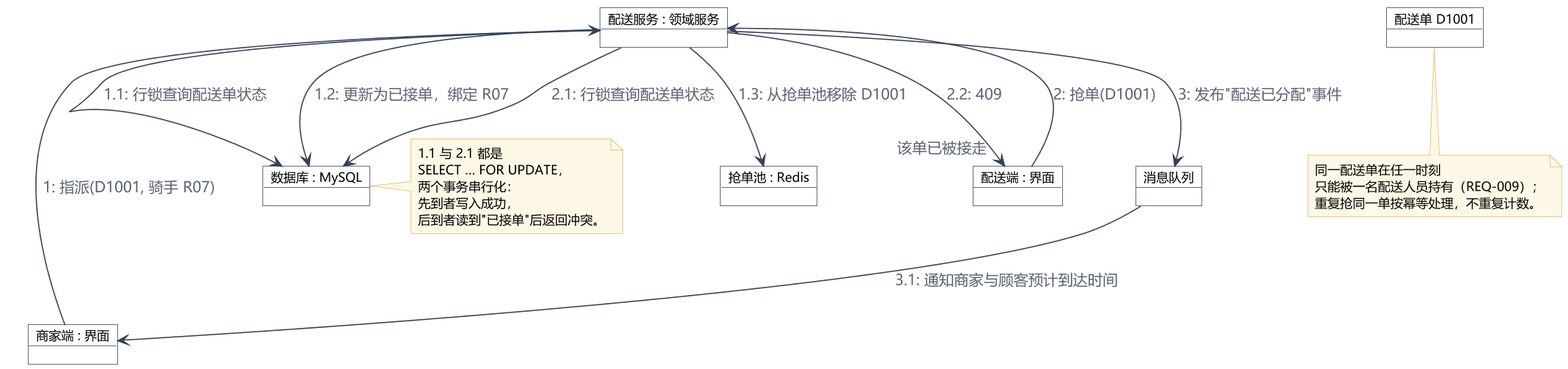
yui060814zwp-creator/SE-lab keeps this PlantUML diagram as lab2/UML/UML通信图.png. Above is the earlier version. Source of this version:
```plantuml
@startuml UML通信图
skinparam defaultFontName "Microsoft YaHei"
skinparam shadowing false
skinparam ArrowColor #344054
skinparam ArrowFontColor #5A6272
skinparam dpi 150
skinparam object {
  BackgroundColor #FFFFFF
  BorderColor #344054
  HeaderBackgroundColor #EAF1FA
  FontSize 13
  AttributeFontSize 11
}
skinparam note {
  BackgroundColor #FFF8E6
  BorderColor #E4B363
  FontSize 11
}

object "商家端 : 界面" as SHOP
object "配送服务 : 领域服务" as DSP
object "配送单 D1001" as D
object "数据库 : MySQL" as DB
object "抢单池 : Redis" as POOL
object "配送端 : 界面" as RIDER
object "消息队列" as MQ

SHOP --> DSP : 1: 指派(D1001, 骑手 R07)
DSP --> DB : 1.1: 行锁查询配送单状态
DSP --> DB : 1.2: 更新为已接单，绑定 R07
DSP --> POOL : 1.3: 从抢单池移除 D1001
RIDER --> DSP : 2: 抢单(D1001)
DSP --> DB : 2.1: 行锁查询配送单状态
DSP --> RIDER : 2.2: 409"该单已被接走"
DSP --> MQ : 3: 发布"配送已分配"事件
MQ --> SHOP : 3.1: 通知商家与顾客预计到达时间

note right of DB
  1.1 与 2.1 都是
  SELECT … FOR UPDATE，
  两个事务串行化：
  先到者写入成功，
  后到者读到"已接单"后返回冲突。
end note
note bottom of D
  同一配送单在任一时刻
  只能被一名配送人员持有（REQ-009）；
  重复抢同一单按幂等处理，不重复计数。
end note
@enduml
```
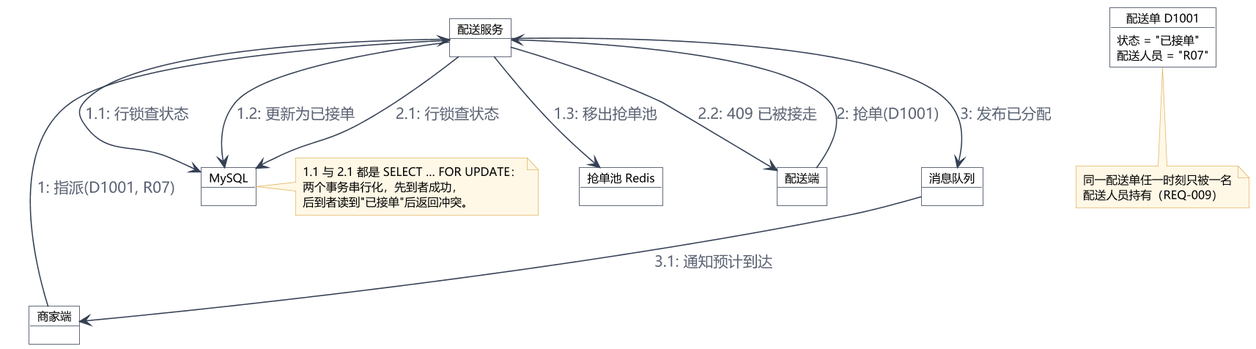
Later version of the same file.

The edit, as a diff of the source:
```diff
@@ -8,43 +8,43 @@
   BackgroundColor #FFFFFF
   BorderColor #344054
   HeaderBackgroundColor #EAF1FA
-  FontSize 13
-  AttributeFontSize 11
+  FontSize 12
+  AttributeFontSize 10
 }
 skinparam note {
   BackgroundColor #FFF8E6
   BorderColor #E4B363
-  FontSize 11
+  FontSize 10
 }
 
-object "商家端 : 界面" as SHOP
-object "配送服务 : 领域服务" as DSP
-object "配送单 D1001" as D
-object "数据库 : MySQL" as DB
-object "抢单池 : Redis" as POOL
-object "配送端 : 界面" as RIDER
+object "商家端" as SHOP
+object "配送服务" as DSP
+object "配送单 D1001" as D {
+  状态 = "已接单"
+  配送人员 = "R07"
+}
+object "MySQL" as DB
+object "抢单池 Redis" as POOL
+object "配送端" as RIDER
 object "消息队列" as MQ
 
-SHOP --> DSP : 1: 指派(D1001, 骑手 R07)
-DSP --> DB : 1.1: 行锁查询配送单状态
-DSP --> DB : 1.2: 更新为已接单，绑定 R07
-DSP --> POOL : 1.3: 从抢单池移除 D1001
+SHOP --> DSP : 1: 指派(D1001, R07)
+DSP --> DB : 1.1: 行锁查状态
+DSP --> DB : 1.2: 更新为已接单
+DSP --> POOL : 1.3: 移出抢单池
 RIDER --> DSP : 2: 抢单(D1001)
-DSP --> DB : 2.1: 行锁查询配送单状态
-DSP --> RIDER : 2.2: 409"该单已被接走"
-DSP --> MQ : 3: 发布"配送已分配"事件
-MQ --> SHOP : 3.1: 通知商家与顾客预计到达时间
+DSP --> DB : 2.1: 行锁查状态
+DSP --> RIDER : 2.2: 409 已被接走
+DSP --> MQ : 3: 发布已分配
+MQ --> SHOP : 3.1: 通知预计到达
 
 note right of DB
-  1.1 与 2.1 都是
-  SELECT … FOR UPDATE，
-  两个事务串行化：
-  先到者写入成功，
+  1.1 与 2.1 都是 SELECT … FOR UPDATE：
+  两个事务串行化，先到者成功，
   后到者读到"已接单"后返回冲突。
 end note
 note bottom of D
-  同一配送单在任一时刻
-  只能被一名配送人员持有（REQ-009）；
-  重复抢同一单按幂等处理，不重复计数。
+  同一配送单任一时刻只被一名
+  配送人员持有（REQ-009）
 end note
 @enduml
```
